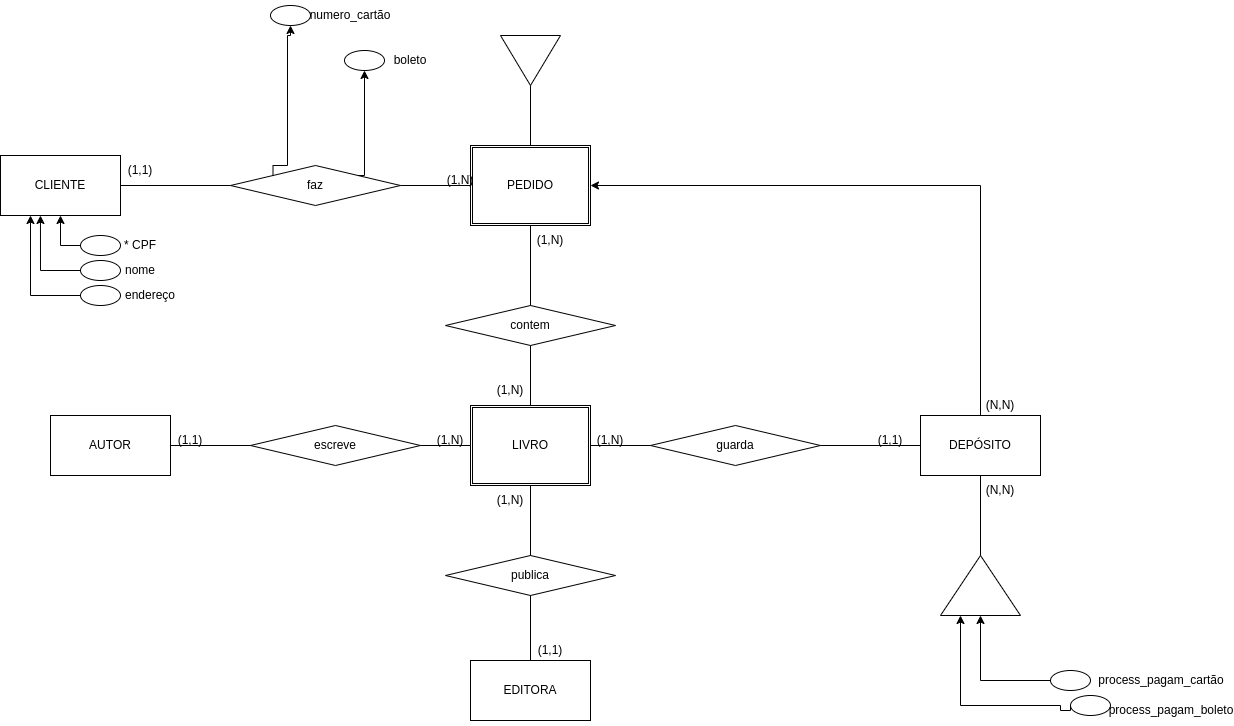
Earlier version of the draw.io export Banco_de_Dados/Q1TRAB.drawio.png (EdinilsonSousa/cods_aleatorios). Source tidied: cells renumbered, new cells last; positions are measured from the earlier drawing's top-left corner, leaving out a move shared by most shapes.
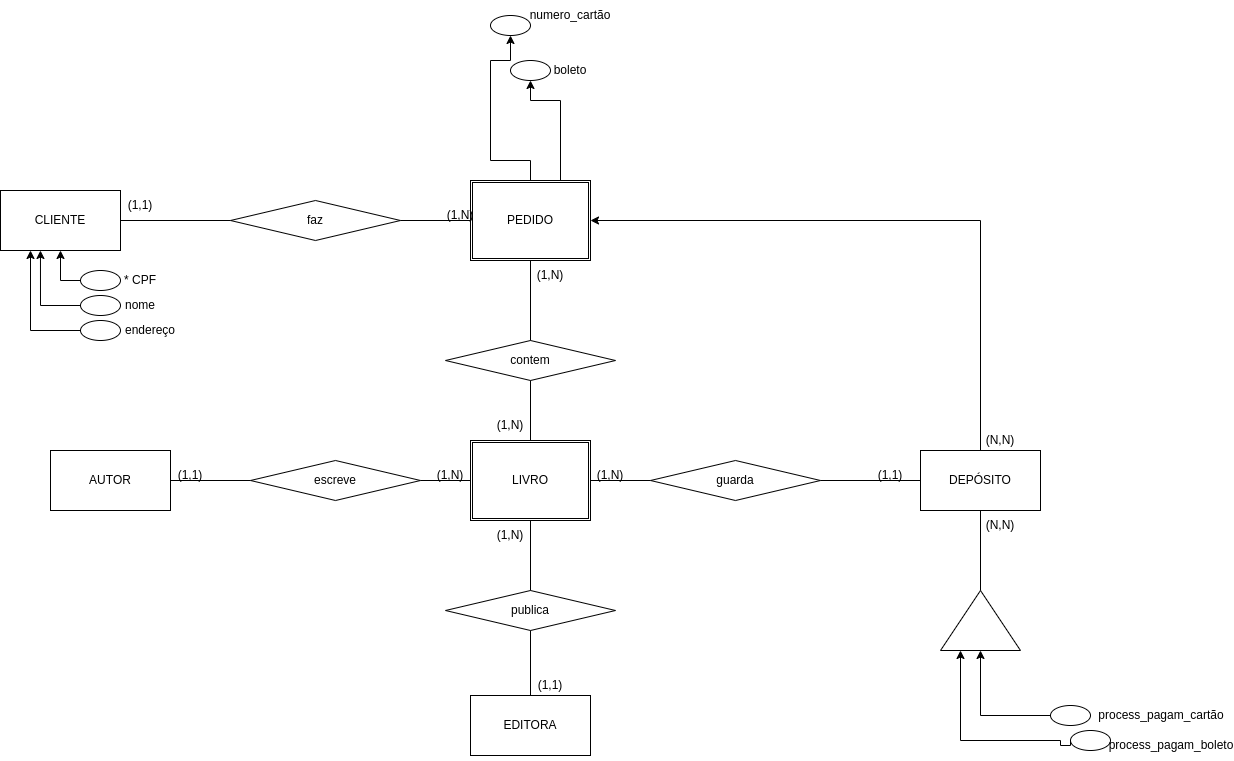
Above is the later version.

Diff of the diagram source:
```diff
@@ -140,10 +140,10 @@
       <mxGeometry relative="1" as="geometry" />
     </mxCell>
     <mxCell id="45" style="ellipse;whiteSpace=wrap;html=1;" parent="1" vertex="1">
-      <mxGeometry x="344" y="50" width="40" height="20" as="geometry" />
+      <mxGeometry x="510" y="25" width="40" height="20" as="geometry" />
     </mxCell>
     <mxCell id="46" value="boleto" style="text;html=1;strokeColor=none;fillColor=none;align=center;verticalAlign=middle;whiteSpace=wrap;rounded=0;" parent="1" vertex="1">
-      <mxGeometry x="380" y="45" width="60" height="30" as="geometry" />
+      <mxGeometry x="540" y="20" width="60" height="30" as="geometry" />
     </mxCell>
     <mxCell id="47" value="(N,N)" style="text;html=1;strokeColor=none;fillColor=none;align=center;verticalAlign=middle;whiteSpace=wrap;rounded=0;" parent="1" vertex="1">
       <mxGeometry x="970" y="475" width="60" height="30" as="geometry" />
@@ -179,33 +179,29 @@
     <mxCell id="54" value="endereço" style="text;html=1;strokeColor=none;fillColor=none;align=center;verticalAlign=middle;whiteSpace=wrap;rounded=0;" parent="1" vertex="1">
       <mxGeometry x="120" y="280" width="60" height="30" as="geometry" />
     </mxCell>
-    <mxCell id="55" style="edgeStyle=orthogonalEdgeStyle;rounded=0;jettySize=auto;html=1;exitX=1;exitY=0;exitDx=0;exitDy=0;entryX=0.5;entryY=1;entryDx=0;entryDy=0;" parent="1" edge="1" source="3" target="45">
+    <mxCell id="55" style="edgeStyle=orthogonalEdgeStyle;rounded=0;jettySize=auto;html=1;exitX=0.75;exitY=0;exitDx=0;exitDy=0;entryX=0.5;entryY=1;entryDx=0;entryDy=0;" parent="1" edge="1" source="6" target="45">
       <mxGeometry relative="1" as="geometry">
         <Array as="points">
-          <mxPoint x="364" y="175" />
+          <mxPoint x="560" y="65" />
+          <mxPoint x="530" y="65" />
         </Array>
       </mxGeometry>
     </mxCell>
-    <mxCell id="56" style="triangle;whiteSpace=wrap;html=1;direction=south;" parent="1" vertex="1">
-      <mxGeometry x="500" y="35" width="60" height="50" as="geometry" />
-    </mxCell>
-    <mxCell id="57" style="endArrow=none;html=1;rounded=0;exitX=1;exitY=0.5;exitDx=0;exitDy=0;entryX=0.5;entryY=0;entryDx=0;entryDy=0;" parent="1" edge="1" source="56" target="6">
-      <mxGeometry relative="1" as="geometry" />
-    </mxCell>
-    <mxCell id="58" style="edgeStyle=orthogonalEdgeStyle;rounded=0;jettySize=auto;html=1;exitX=0;exitY=0;exitDx=0;exitDy=0;entryX=0.5;entryY=1;entryDx=0;entryDy=0;" parent="1" edge="1" source="3" target="59">
+    <mxCell id="58" style="edgeStyle=orthogonalEdgeStyle;rounded=0;jettySize=auto;html=1;exitX=0.5;exitY=0;exitDx=0;exitDy=0;entryX=0.5;entryY=1;entryDx=0;entryDy=0;" parent="1" edge="1" source="6" target="59">
       <mxGeometry relative="1" as="geometry">
         <Array as="points">
-          <mxPoint x="273" y="165" />
-          <mxPoint x="287" y="165" />
-          <mxPoint x="287" y="35" />
+          <mxPoint x="530" y="125" />
+          <mxPoint x="490" y="125" />
+          <mxPoint x="490" y="25" />
+          <mxPoint x="510" y="25" />
         </Array>
       </mxGeometry>
     </mxCell>
     <mxCell id="59" style="ellipse;whiteSpace=wrap;html=1;" parent="1" vertex="1">
-      <mxGeometry x="270" y="5" width="40" height="20" as="geometry" />
+      <mxGeometry x="490" y="-20" width="40" height="20" as="geometry" />
     </mxCell>
     <mxCell id="60" value="numero_cartão" style="text;html=1;strokeColor=none;fillColor=none;align=center;verticalAlign=middle;whiteSpace=wrap;rounded=0;" parent="1" vertex="1">
-      <mxGeometry x="320" width="60" height="30" as="geometry" />
+      <mxGeometry x="540" y="-35" width="60" height="30" as="geometry" />
     </mxCell>
   </root>
 </mxGraphModel>
```
